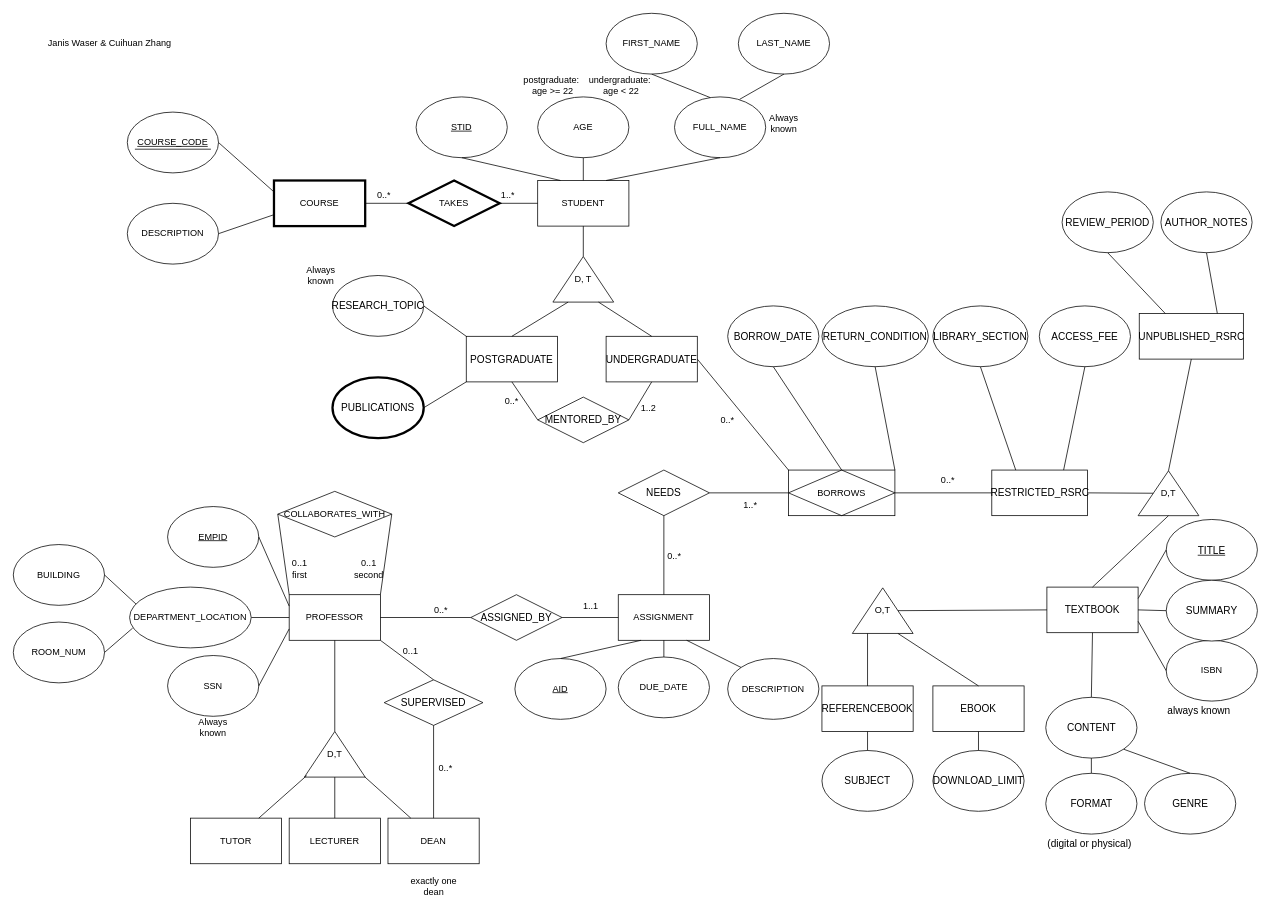
Before: Homework1/DM-HW1_Janis&Cuihuan.drawio in us-ja/Data_Management, a draw.io diagram. Source tidied: cells renumbered, new cells numbered last; positions are measured from the earlier drawing's top-left corner, leaving out a move shared by most shapes. Both pictures are drawn from the tidied source at 76%, with x=0, y=0 at pixel (13, 13).
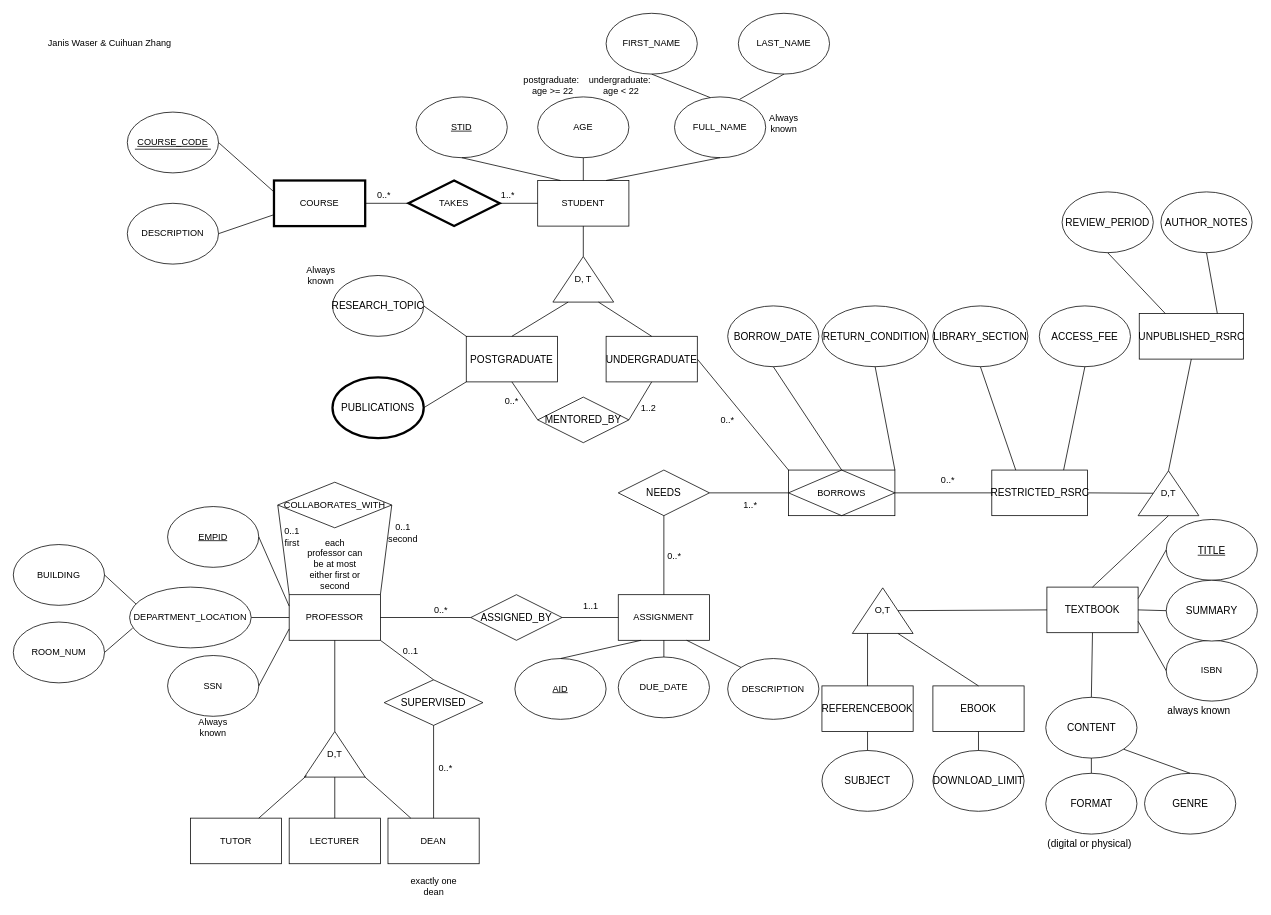
The same page after the edit.

Commit message:
add constraint prof

What changed in the source:
```diff
@@
     <mxCell id="66" value="COLLABORATES_WITH" style="shape=rhombus;perimeter=rhombusPerimeter;whiteSpace=wrap;html=1;align=center;" parent="1" vertex="1">
-      <mxGeometry x="348" y="629" width="150" height="60" as="geometry" />
+      <mxGeometry x="348" y="617" width="150" height="60" as="geometry" />
     </mxCell>
@@
     <mxCell id="70" value="0..1&lt;div&gt;first&lt;/div&gt;" style="text;html=1;align=center;verticalAlign=middle;whiteSpace=wrap;rounded=0;" parent="1" vertex="1">
-      <mxGeometry x="347" y="716" width="60" height="30" as="geometry" />
+      <mxGeometry x="337" y="674" width="60" height="30" as="geometry" />
     </mxCell>
     <mxCell id="71" value="0..1&lt;div&gt;second&lt;/div&gt;" style="text;html=1;align=center;verticalAlign=middle;whiteSpace=wrap;rounded=0;" parent="1" vertex="1">
-      <mxGeometry x="438" y="716" width="60" height="30" as="geometry" />
+      <mxGeometry x="483" y="669" width="60" height="30" as="geometry" />
     </mxCell>
@@
+    <mxCell id="140" value="each professor can be at most either first or second" style="text;html=1;align=center;verticalAlign=middle;whiteSpace=wrap;rounded=0;" parent="1" vertex="1">
+      <mxGeometry x="384" y="710" width="79" height="30" as="geometry" />
+    </mxCell>
```
